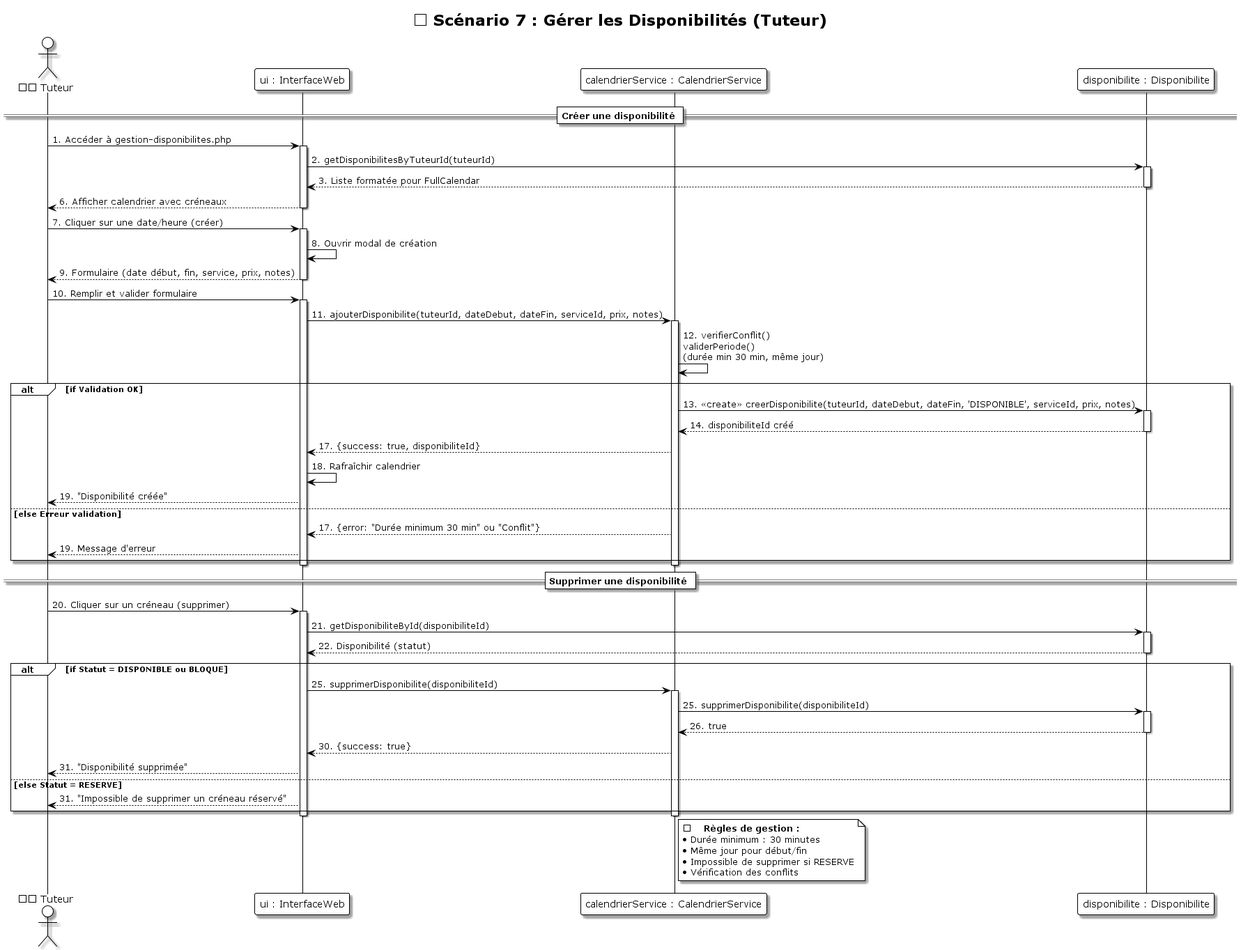
LLAbdul/LLAbdul-projet-tutoplus keeps this PlantUML diagram as UML/diagrammes_sequence/Sequence_07_Gerer_Disponibilites.png. Above is the earlier version.
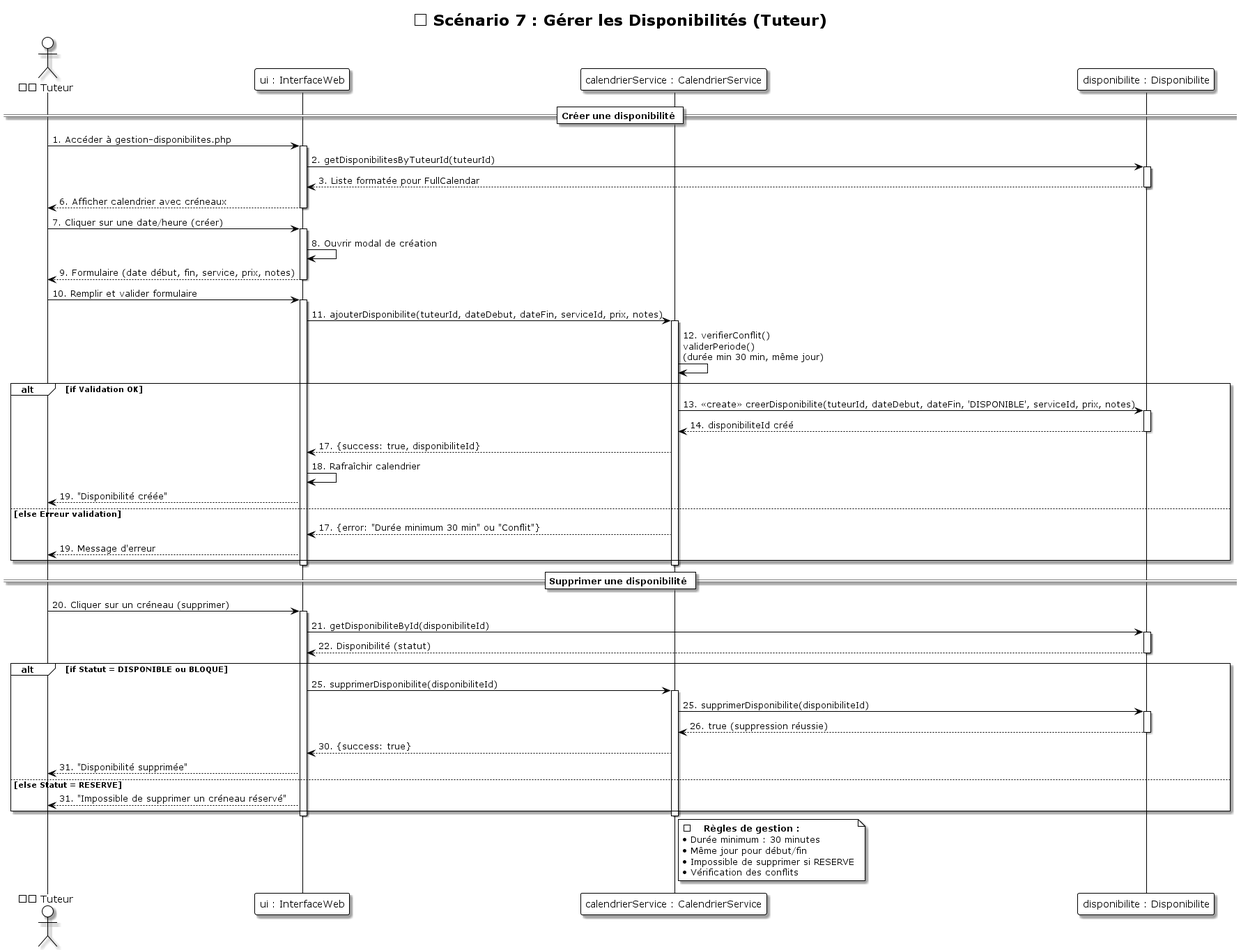
After the change.

What changed in the source:
```diff
@@ -63,7 +63,7 @@
     activate CalendrierService
     CalendrierService -> Disponibilite: 25. supprimerDisponibilite(disponibiliteId)
     activate Disponibilite
-    Disponibilite --> CalendrierService: 26. true
+    Disponibilite --> CalendrierService: 26. true (suppression réussie)
     deactivate Disponibilite
     CalendrierService --> UI: 30. {success: true}
     UI --> Tuteur: 31. "Disponibilité supprimée"
```
